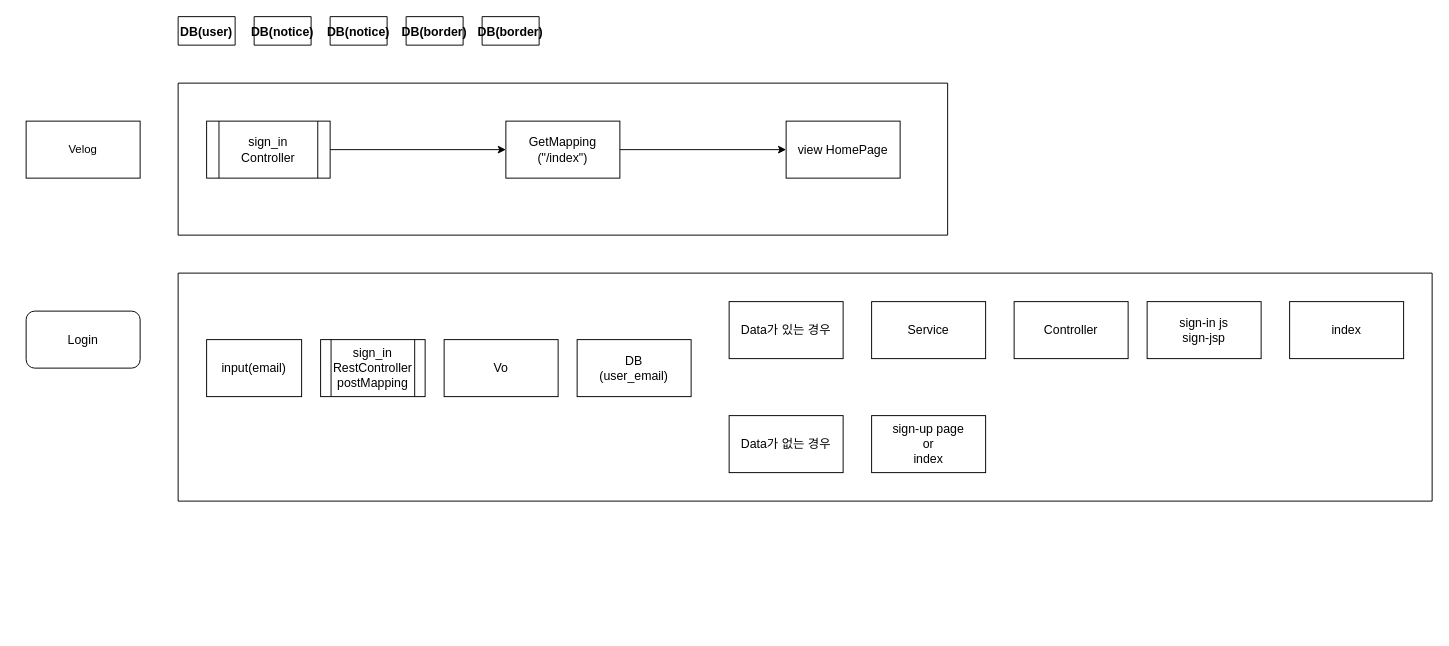
Before: velog Diagrams.drawio in over0212/ProjectVelog, a draw.io diagram. Source tidied: cells renumbered, new cells numbered last; positions are measured from the earlier drawing's top-left corner, leaving out a move shared by most shapes. Both pictures are drawn from the tidied source at 95%, with x=0, y=0 at pixel (26, 16).
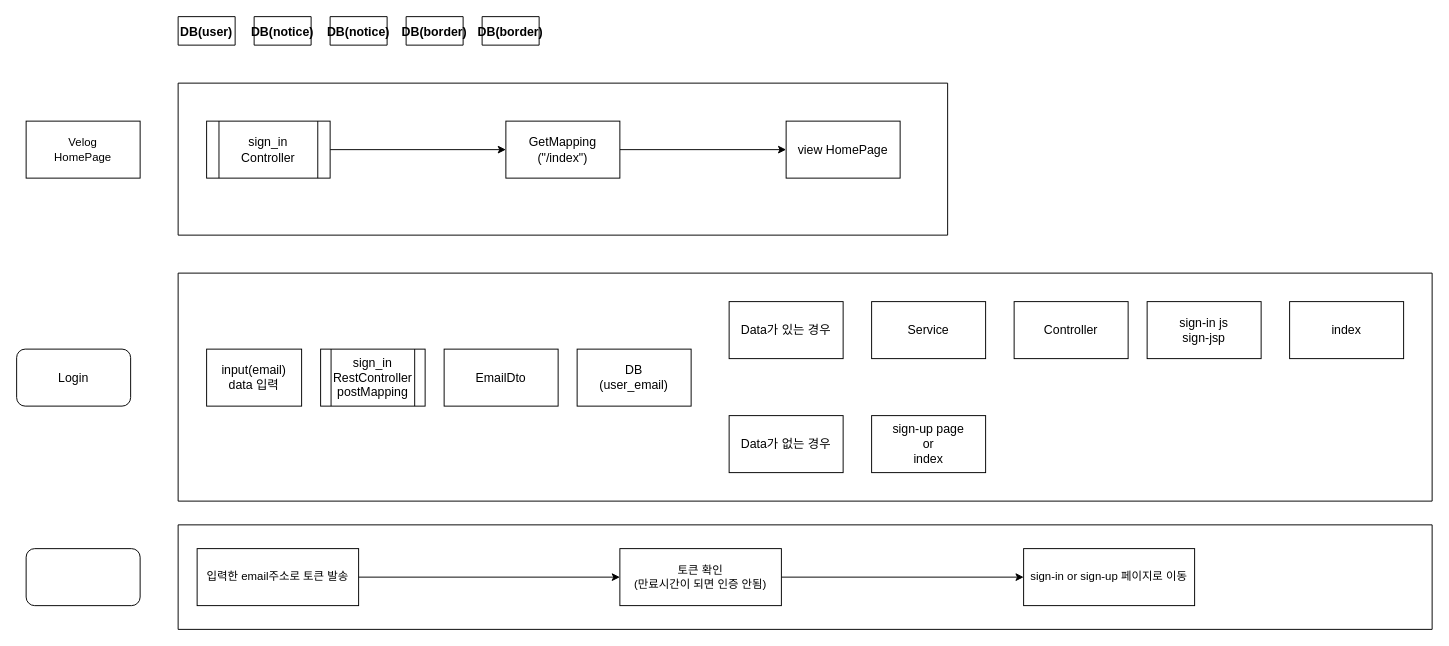
After the change.

Change to the diagram source:
```diff
@@
-    <mxCell id="3" value="Velog" style="rounded=0;whiteSpace=wrap;html=1;" parent="1" vertex="1">
+    <mxCell id="3" value="Velog&lt;br&gt;HomePage" style="rounded=0;whiteSpace=wrap;html=1;" parent="1" vertex="1">
       <mxGeometry y="110" width="120" height="60" as="geometry" />
     </mxCell>
@@
     <mxCell id="8" value="Login" style="rounded=1;whiteSpace=wrap;html=1;fontSize=13;" parent="1" vertex="1">
-      <mxGeometry y="310" width="120" height="60" as="geometry" />
+      <mxGeometry x="-10" y="350" width="120" height="60" as="geometry" />
     </mxCell>
@@
-    <mxCell id="16" value="input(email)" style="rounded=0;whiteSpace=wrap;html=1;fontSize=13;strokeWidth=1;verticalAlign=middle;align=center;" parent="1" vertex="1">
-      <mxGeometry x="190" y="340" width="100" height="60" as="geometry" />
+    <mxCell id="16" value="input(email)&lt;br&gt;data 입력" style="rounded=0;whiteSpace=wrap;html=1;fontSize=13;strokeWidth=1;verticalAlign=middle;align=center;" parent="1" vertex="1">
+      <mxGeometry x="190" y="350" width="100" height="60" as="geometry" />
     </mxCell>
     <mxCell id="17" value="sign_in&lt;br&gt;RestController&lt;br&gt;postMapping" style="shape=process;whiteSpace=wrap;html=1;backgroundOutline=1;fontSize=13;strokeWidth=1;align=center;verticalAlign=middle;" parent="1" vertex="1">
-      <mxGeometry x="310" y="340" width="110" height="60" as="geometry" />
+      <mxGeometry x="310" y="350" width="110" height="60" as="geometry" />
     </mxCell>
-    <mxCell id="18" value="Vo" style="rounded=0;whiteSpace=wrap;html=1;fontSize=13;strokeWidth=1;align=center;verticalAlign=middle;" parent="1" vertex="1">
-      <mxGeometry x="440" y="340" width="120" height="60" as="geometry" />
+    <mxCell id="18" value="EmailDto" style="rounded=0;whiteSpace=wrap;html=1;fontSize=13;strokeWidth=1;align=center;verticalAlign=middle;" parent="1" vertex="1">
+      <mxGeometry x="440" y="350" width="120" height="60" as="geometry" />
     </mxCell>
@@
     <mxCell id="20" value="DB&lt;br&gt;(user_email)" style="rounded=0;whiteSpace=wrap;html=1;fontSize=13;strokeWidth=1;align=center;verticalAlign=middle;" parent="1" vertex="1">
-      <mxGeometry x="580" y="340" width="120" height="60" as="geometry" />
+      <mxGeometry x="580" y="350" width="120" height="60" as="geometry" />
     </mxCell>
@@
+    <mxCell id="28" style="rounded=1;whiteSpace=wrap;html=1;" parent="1" vertex="1">
+      <mxGeometry y="560" width="120" height="60" as="geometry" />
+    </mxCell>
+    <mxCell id="29" style="verticalLabelPosition=bottom;verticalAlign=top;html=1;shape=mxgraph.basic.rect;fillColor2=none;strokeWidth=1;size=20;indent=5;fontSize=13;" parent="1" vertex="1">
+      <mxGeometry x="160" y="535" width="1320" height="110" as="geometry" />
+    </mxCell>
+    <mxCell id="30" style="edgeStyle=orthogonalEdgeStyle;rounded=0;jettySize=auto;html=1;exitX=1;exitY=0.5;exitDx=0;exitDy=0;" parent="1" edge="1" source="31" target="33">
+      <mxGeometry relative="1" as="geometry" />
+    </mxCell>
+    <mxCell id="31" value="입력한 email주소로 토큰 발송" style="rounded=0;whiteSpace=wrap;html=1;" parent="1" vertex="1">
+      <mxGeometry x="180" y="560" width="170" height="60" as="geometry" />
+    </mxCell>
+    <mxCell id="32" style="edgeStyle=orthogonalEdgeStyle;rounded=0;jettySize=auto;html=1;exitX=1;exitY=0.5;exitDx=0;exitDy=0;" parent="1" edge="1" source="33" target="34">
+      <mxGeometry relative="1" as="geometry" />
+    </mxCell>
+    <mxCell id="33" value="토큰 확인&lt;br&gt;(만료시간이 되면 인증 안됨)" style="rounded=0;whiteSpace=wrap;html=1;" parent="1" vertex="1">
+      <mxGeometry x="625" y="560" width="170" height="60" as="geometry" />
+    </mxCell>
+    <mxCell id="34" value="sign-in or sign-up 페이지로 이동" style="rounded=0;whiteSpace=wrap;html=1;" parent="1" vertex="1">
+      <mxGeometry x="1050" y="560" width="180" height="60" as="geometry" />
+    </mxCell>
```
